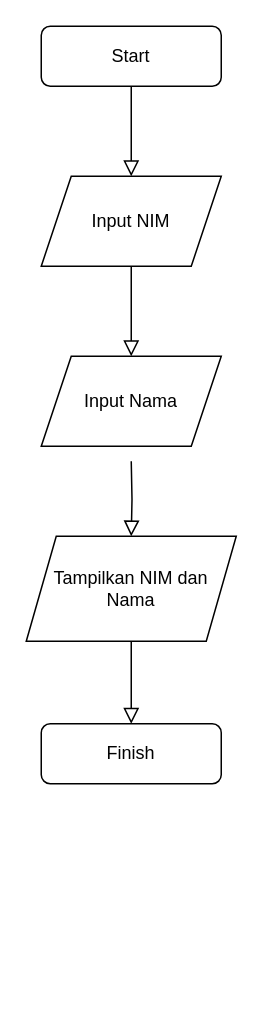
This is Untitled Diagram.drawio from rizalfadhlan/rizalfadhlan, a draw.io file, before an edit. Source tidied: cells renumbered, new cells numbered last; positions are measured from the earlier drawing's top-left corner, leaving out a move shared by most shapes. Both pictures are drawn from the tidied source at 150%, with x=0, y=0 at pixel (26, 26).
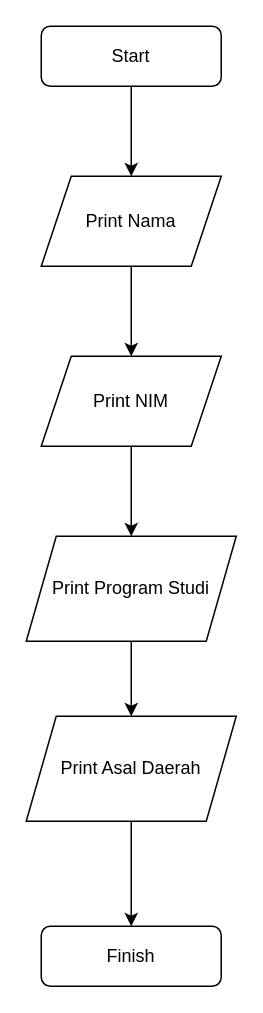
Above is the later version.

The edit, as a diff of the source:
```diff
@@
 <mxGraphModel>
   <root>
     <mxCell id="0" />
     <mxCell id="1" parent="0" />
-    <mxCell id="2" style="rounded=0;html=1;jettySize=auto;fontSize=11;endArrow=block;endFill=0;endSize=8;strokeWidth=1;shadow=0;labelBackgroundColor=none;edgeStyle=orthogonalEdgeStyle;entryX=0.5;entryY=0;entryDx=0;entryDy=0;" parent="1" edge="1" source="3" target="7">
-      <mxGeometry relative="1" as="geometry" />
-    </mxCell>
+    <mxCell id="11" style="edgeStyle=orthogonalEdgeStyle;rounded=0;jettySize=auto;html=1;" parent="1" edge="1" source="3">
+      <mxGeometry relative="1" as="geometry">
+        <mxPoint x="70" y="100" as="targetPoint" />
+      </mxGeometry>
+    </mxCell>
     <mxCell id="3" value="Start" style="rounded=1;whiteSpace=wrap;html=1;fontSize=12;glass=0;strokeWidth=1;shadow=0;" parent="1" vertex="1">
       <mxGeometry x="10" width="120" height="40" as="geometry" />
     </mxCell>
+    <mxCell id="6" value="Finish" style="rounded=1;whiteSpace=wrap;html=1;fontSize=12;glass=0;strokeWidth=1;shadow=0;" parent="1" vertex="1">
+      <mxGeometry x="10" y="600" width="120" height="40" as="geometry" />
+    </mxCell>
-    <mxCell id="4" style="rounded=0;html=1;jettySize=auto;fontSize=11;endArrow=block;endFill=0;endSize=8;strokeWidth=1;shadow=0;labelBackgroundColor=none;edgeStyle=orthogonalEdgeStyle;entryX=0.5;entryY=0;entryDx=0;entryDy=0;" parent="1" edge="1" source="7" target="8">
-      <mxGeometry y="20" relative="1" as="geometry" />
+    <mxCell id="4" style="edgeStyle=orthogonalEdgeStyle;rounded=0;jettySize=auto;html=1;exitX=0.5;exitY=1;exitDx=0;exitDy=0;entryX=0.5;entryY=0;entryDx=0;entryDy=0;" parent="1" edge="1" source="7" target="8">
+      <mxGeometry relative="1" as="geometry" />
     </mxCell>
-    <mxCell id="5" style="rounded=0;html=1;jettySize=auto;fontSize=11;endArrow=block;endFill=0;endSize=8;strokeWidth=1;shadow=0;labelBackgroundColor=none;edgeStyle=orthogonalEdgeStyle;" parent="1" edge="1" source="10" target="6">
-      <mxGeometry x="0.33" y="20" relative="1" as="geometry" />
-    </mxCell>
-    <mxCell id="6" value="Finish" style="rounded=1;whiteSpace=wrap;html=1;fontSize=12;glass=0;strokeWidth=1;shadow=0;" parent="1" vertex="1">
-      <mxGeometry x="10" y="465" width="120" height="40" as="geometry" />
-    </mxCell>
-    <mxCell id="7" value="Input NIM" style="shape=parallelogram;perimeter=parallelogramPerimeter;whiteSpace=wrap;html=1;fixedSize=1;" parent="1" vertex="1">
+    <mxCell id="7" value="Print Nama" style="shape=parallelogram;perimeter=parallelogramPerimeter;whiteSpace=wrap;html=1;fixedSize=1;" parent="1" vertex="1">
       <mxGeometry x="10" y="100" width="120" height="60" as="geometry" />
     </mxCell>
+    <mxCell id="12" style="edgeStyle=orthogonalEdgeStyle;rounded=0;jettySize=auto;html=1;exitX=0.5;exitY=1;exitDx=0;exitDy=0;entryX=0.5;entryY=0;entryDx=0;entryDy=0;" parent="1" edge="1" source="8" target="10">
+      <mxGeometry relative="1" as="geometry" />
+    </mxCell>
-    <mxCell id="8" value="Input Nama" style="shape=parallelogram;perimeter=parallelogramPerimeter;whiteSpace=wrap;html=1;fixedSize=1;" parent="1" vertex="1">
+    <mxCell id="8" value="Print NIM" style="shape=parallelogram;perimeter=parallelogramPerimeter;whiteSpace=wrap;html=1;fixedSize=1;" parent="1" vertex="1">
       <mxGeometry x="10" y="220" width="120" height="60" as="geometry" />
     </mxCell>
-    <mxCell id="9" style="rounded=0;html=1;jettySize=auto;fontSize=11;endArrow=block;endFill=0;endSize=8;strokeWidth=1;shadow=0;labelBackgroundColor=none;edgeStyle=orthogonalEdgeStyle;" parent="1" edge="1" target="10">
-      <mxGeometry x="0.33" y="20" relative="1" as="geometry">
-        <mxPoint x="70" y="290" as="sourcePoint" />
-      </mxGeometry>
-    </mxCell>
+    <mxCell id="13" style="edgeStyle=orthogonalEdgeStyle;rounded=0;jettySize=auto;html=1;entryX=0.5;entryY=0;entryDx=0;entryDy=0;" parent="1" edge="1" source="10" target="15">
+      <mxGeometry relative="1" as="geometry" />
+    </mxCell>
-    <mxCell id="10" value="Tampilkan NIM dan Nama" style="shape=parallelogram;perimeter=parallelogramPerimeter;whiteSpace=wrap;html=1;fixedSize=1;" parent="1" vertex="1">
+    <mxCell id="10" value="Print Program Studi" style="shape=parallelogram;perimeter=parallelogramPerimeter;whiteSpace=wrap;html=1;fixedSize=1;" parent="1" vertex="1">
       <mxGeometry y="340" width="140" height="70" as="geometry" />
     </mxCell>
+    <mxCell id="14" style="edgeStyle=orthogonalEdgeStyle;rounded=0;jettySize=auto;html=1;" parent="1" edge="1" source="15" target="6">
+      <mxGeometry relative="1" as="geometry" />
+    </mxCell>
+    <mxCell id="15" value="Print Asal Daerah" style="shape=parallelogram;perimeter=parallelogramPerimeter;whiteSpace=wrap;html=1;fixedSize=1;" parent="1" vertex="1">
+      <mxGeometry y="460" width="140" height="70" as="geometry" />
+    </mxCell>
   </root>
 </mxGraphModel>
```
